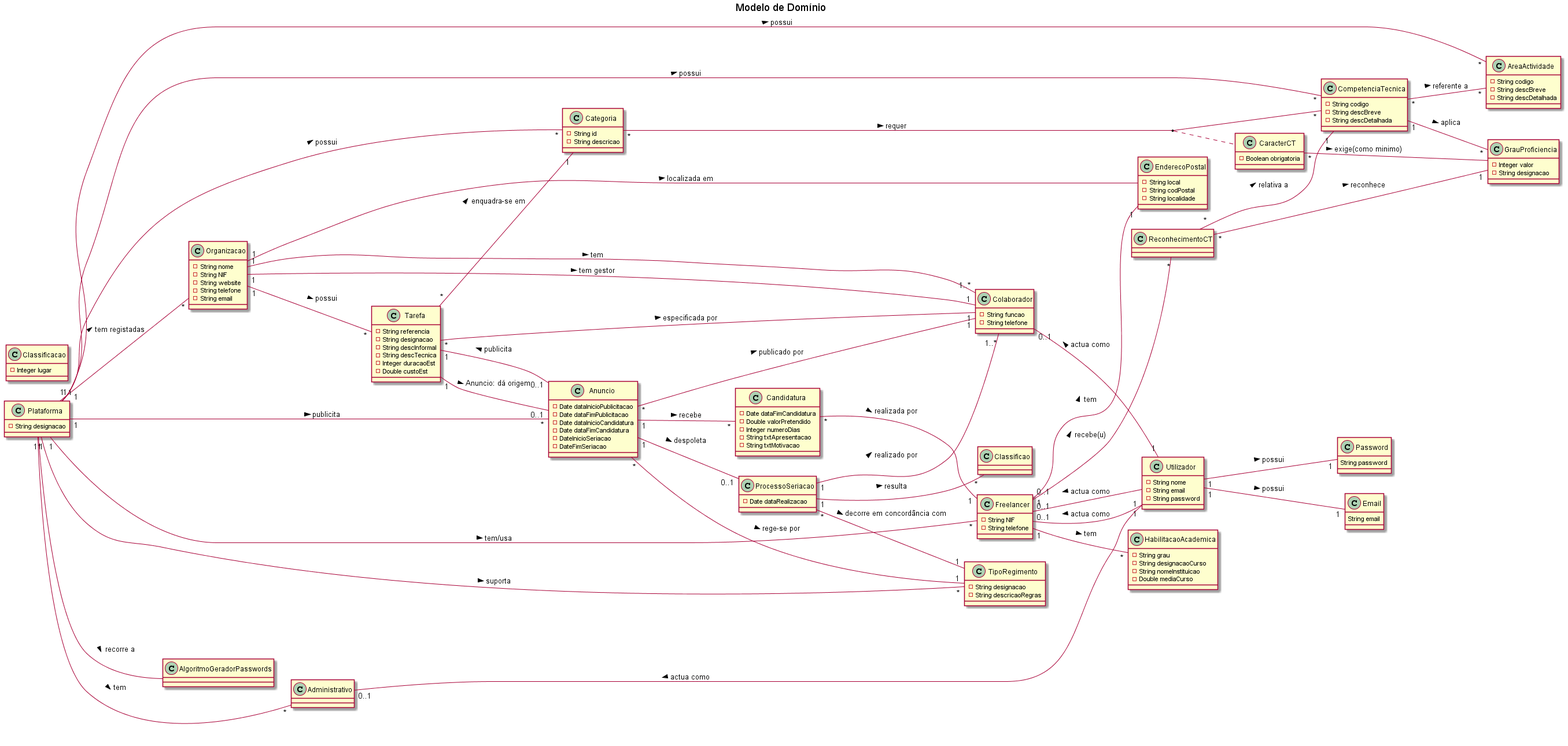
blestonbandeiraUPSKILL/upskill_java1_labprg_grupo2 keeps this PlantUML diagram as Documentação/Sprint 3/Modelo_Domínio.png. Above is the earlier version.
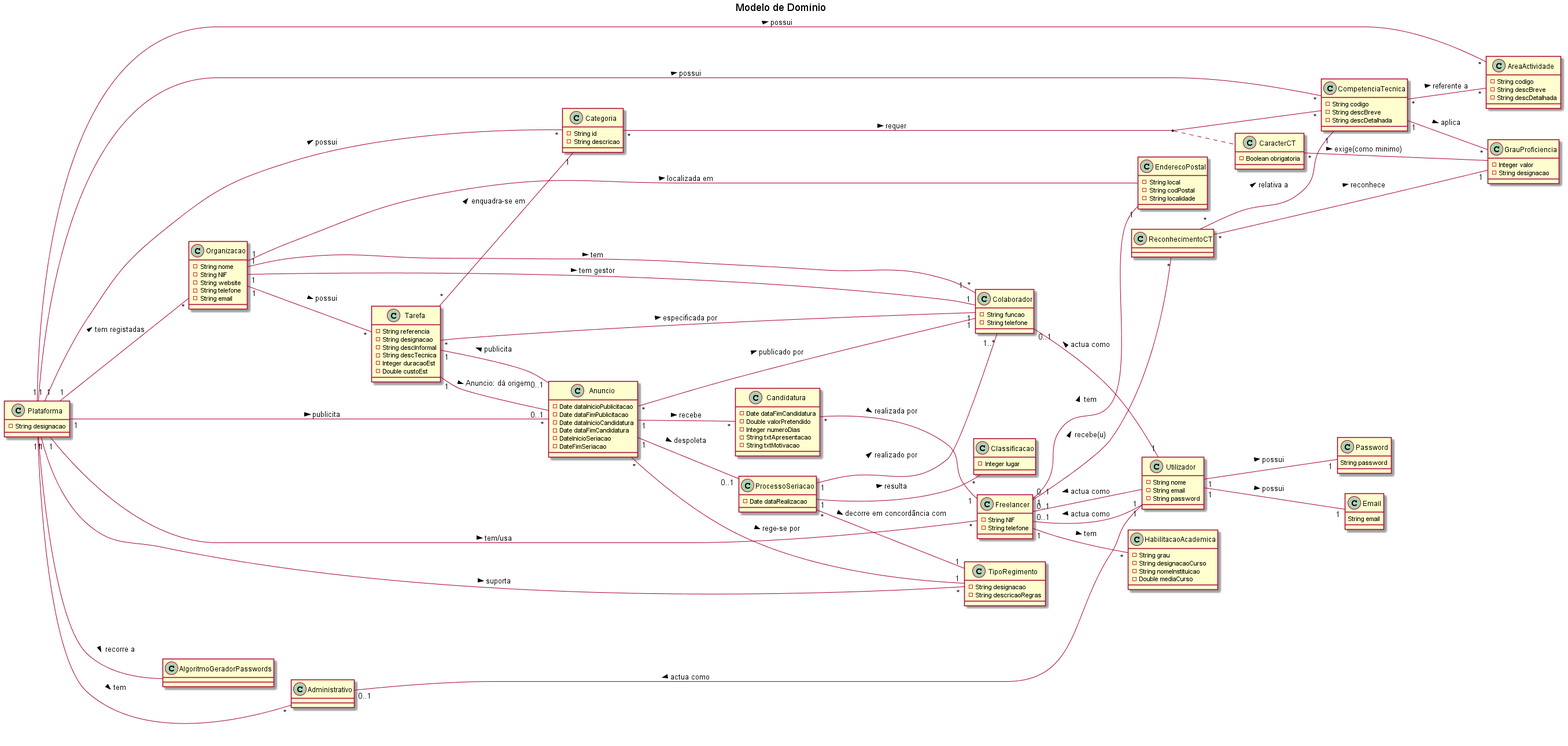
The same file after the commit.

Commit message:
modelo domínio - fx

The edit, as a diff of the source:
```diff
@@ -137,7 +137,7 @@
 Anuncio"*" -- "1"Colaborador: publicado por >
 Anuncio"1" -- "*"Candidatura: recebe >
 Anuncio"1" -- "0..1"ProcessoSeriacao: despoleta >
-ProcessoSeriacao"1" -- "*"Classificao: resulta >
+ProcessoSeriacao"1" -- "*"Classificacao: resulta >
 ProcessoSeriacao"*" -- "1"TipoRegimento: decorre em concordância com >
 ProcessoSeriacao"1" -- "1..*"Colaborador: realizado por >
 Candidatura"*" -- "1"Freelancer: realizada por >
```
